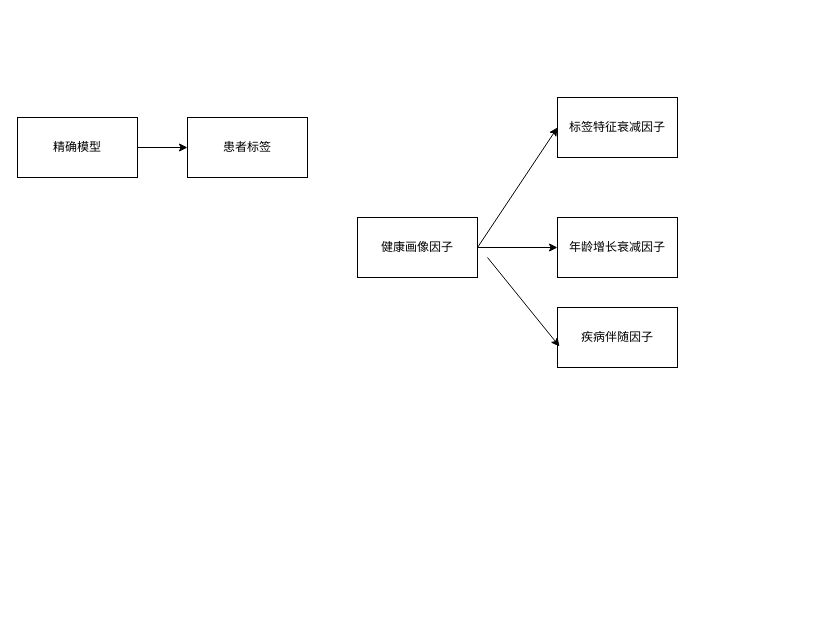
Before: source/健康画像.drawio in SmileCJX/processon, a draw.io diagram. Source tidied: cells renumbered, new cells numbered last; positions are measured from the earlier drawing's top-left corner, leaving out a move shared by most shapes. Both pictures are drawn from the tidied source at 100%, with x=0, y=0 at pixel (17, 97).
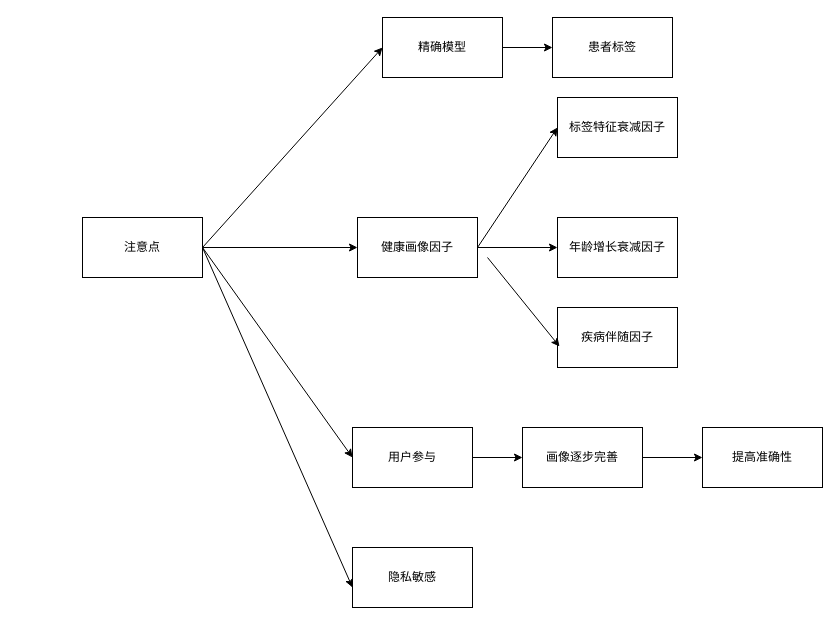
After the change.

Commit message (it also covers changes not shown here):
更新健康画像.drawio

Unchanged cells that the change refers to:
```xml
<mxCell id="2" value="健康画像因子" style="rounded=0;whiteSpace=wrap;html=1;" parent="1" vertex="1">
  <mxGeometry x="340" y="120" width="120" height="60" as="geometry" />
</mxCell>
```

What changed in the source:
```diff
@@
     <mxCell id="9" value="精确模型" style="rounded=0;whiteSpace=wrap;html=1;" parent="1" vertex="1">
-      <mxGeometry y="20" width="120" height="60" as="geometry" />
+      <mxGeometry x="365" y="-80" width="120" height="60" as="geometry" />
     </mxCell>
@@
     <mxCell id="11" value="患者标签" style="rounded=0;whiteSpace=wrap;html=1;" parent="1" vertex="1">
-      <mxGeometry x="170" y="20" width="120" height="60" as="geometry" />
+      <mxGeometry x="535" y="-80" width="120" height="60" as="geometry" />
     </mxCell>
+    <mxCell id="12" value="用户参与" style="rounded=0;whiteSpace=wrap;html=1;" parent="1" vertex="1">
+      <mxGeometry x="335" y="330" width="120" height="60" as="geometry" />
+    </mxCell>
+    <mxCell id="13" style="endArrow=classic;html=1;exitX=1;exitY=0.5;exitDx=0;exitDy=0;entryX=0;entryY=0.5;entryDx=0;entryDy=0;" parent="1" edge="1" source="12" target="14">
+      <mxGeometry relative="1" as="geometry" />
+    </mxCell>
+    <mxCell id="14" value="画像逐步完善" style="rounded=0;whiteSpace=wrap;html=1;" parent="1" vertex="1">
+      <mxGeometry x="505" y="330" width="120" height="60" as="geometry" />
+    </mxCell>
+    <mxCell id="15" value="提高准确性" style="rounded=0;whiteSpace=wrap;html=1;" parent="1" vertex="1">
+      <mxGeometry x="685" y="330" width="120" height="60" as="geometry" />
+    </mxCell>
+    <mxCell id="16" style="endArrow=classic;html=1;" parent="1" edge="1">
+      <mxGeometry relative="1" as="geometry">
+        <mxPoint x="625" y="360" as="sourcePoint" />
+        <mxPoint x="685" y="360" as="targetPoint" />
+      </mxGeometry>
+    </mxCell>
+    <mxCell id="17" value="隐私敏感" style="rounded=0;whiteSpace=wrap;html=1;" parent="1" vertex="1">
+      <mxGeometry x="335" y="450" width="120" height="60" as="geometry" />
+    </mxCell>
+    <mxCell id="18" value="注意点" style="rounded=0;whiteSpace=wrap;html=1;" parent="1" vertex="1">
+      <mxGeometry x="65" y="120" width="120" height="60" as="geometry" />
+    </mxCell>
+    <mxCell id="19" style="endArrow=classic;html=1;exitX=1;exitY=0.5;exitDx=0;exitDy=0;entryX=0;entryY=0.5;entryDx=0;entryDy=0;" parent="1" edge="1" source="18" target="9">
+      <mxGeometry relative="1" as="geometry" />
+    </mxCell>
+    <mxCell id="20" style="endArrow=classic;html=1;exitX=1;exitY=0.5;exitDx=0;exitDy=0;entryX=0;entryY=0.5;entryDx=0;entryDy=0;" parent="1" edge="1" source="18" target="2">
+      <mxGeometry relative="1" as="geometry" />
+    </mxCell>
+    <mxCell id="21" style="endArrow=classic;html=1;exitX=1;exitY=0.5;exitDx=0;exitDy=0;entryX=0;entryY=0.5;entryDx=0;entryDy=0;" parent="1" edge="1" source="18" target="12">
+      <mxGeometry relative="1" as="geometry" />
+    </mxCell>
+    <mxCell id="22" style="endArrow=classic;html=1;exitX=1;exitY=0.5;exitDx=0;exitDy=0;" parent="1" edge="1" source="18">
+      <mxGeometry relative="1" as="geometry">
+        <mxPoint x="335" y="490" as="targetPoint" />
+      </mxGeometry>
+    </mxCell>
```
